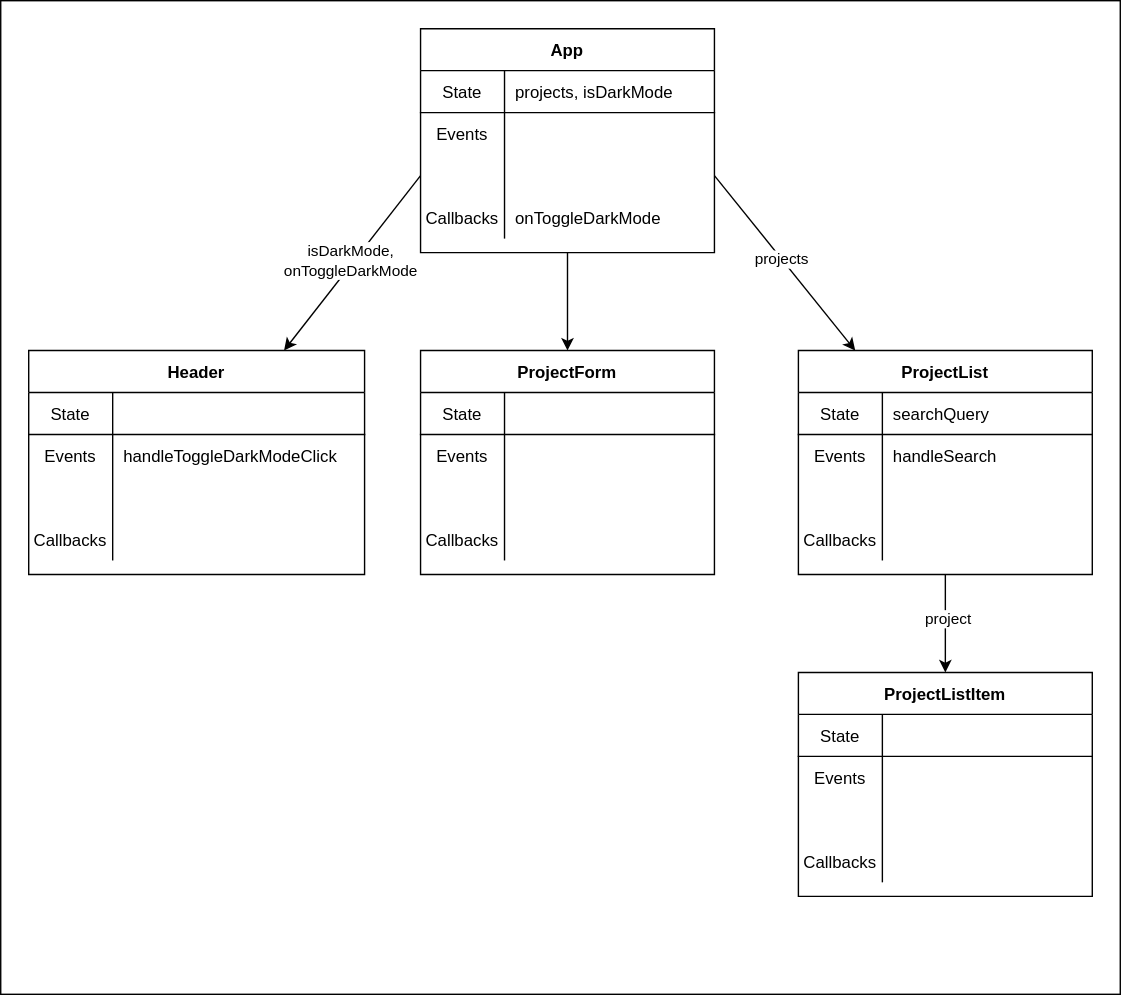
Earlier version of the draw.io export 04_react_forms/assets/component-hierarchy-with-data-flow.drawio.svg (learn-co-students/SENG-LIVE-WEST-061223-Phase-2-React). Source tidied: cells renumbered, new cells last; positions are measured from the earlier drawing's top-left corner, leaving out a move shared by most shapes.
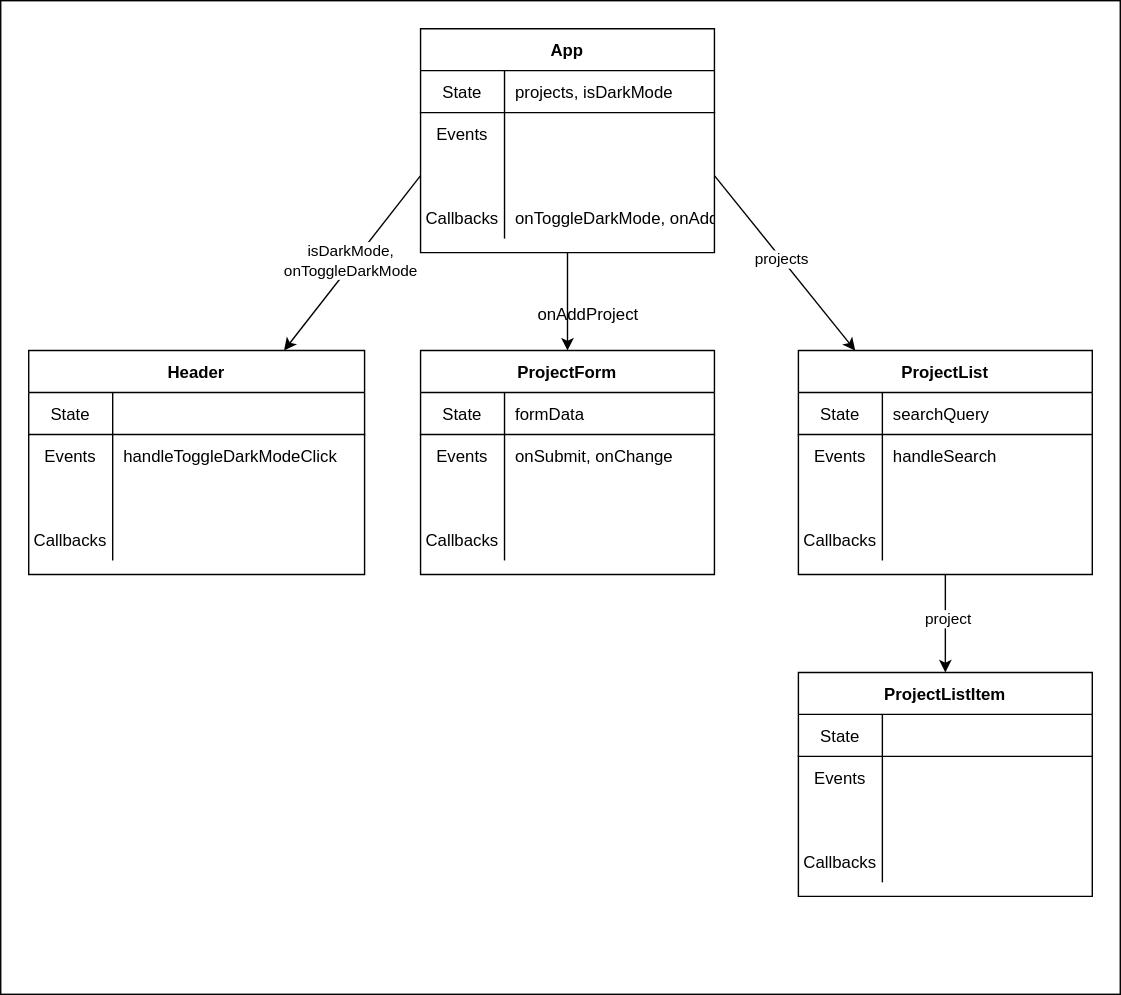
The same diagram one commit later.

The edit, as a diff of the source:
```diff
@@ -56,7 +56,7 @@
     <mxCell id="19" value="Callbacks" style="shape=partialRectangle;fillColor=none;top=0;left=0;bottom=0;right=0;overflow=hidden;" parent="18" vertex="1">
       <mxGeometry width="60" height="30" as="geometry" />
     </mxCell>
-    <mxCell id="20" value="onToggleDarkMode" style="shape=partialRectangle;fillColor=none;top=0;left=0;bottom=0;right=0;align=left;spacingLeft=6;overflow=hidden;" parent="18" vertex="1">
+    <mxCell id="20" value="onToggleDarkMode, onAddProject" style="shape=partialRectangle;fillColor=none;top=0;left=0;bottom=0;right=0;align=left;spacingLeft=6;overflow=hidden;" parent="18" vertex="1">
       <mxGeometry x="60" width="150" height="30" as="geometry" />
     </mxCell>
     <mxCell id="21" value="Header" style="shape=table;startSize=30;rowLines=0;fontStyle=1;align=center;" parent="1" vertex="1">
@@ -107,7 +107,7 @@
     <mxCell id="36" value="State" style="shape=partialRectangle;fillColor=none;top=0;left=0;bottom=0;right=0;fontStyle=0;overflow=hidden;" parent="35" vertex="1">
       <mxGeometry width="60" height="30" as="geometry" />
     </mxCell>
-    <mxCell id="37" style="shape=partialRectangle;fillColor=none;top=0;left=0;bottom=0;right=0;align=left;spacingLeft=6;fontStyle=0;overflow=hidden;" parent="35" vertex="1">
+    <mxCell id="37" value="formData" style="shape=partialRectangle;fillColor=none;top=0;left=0;bottom=0;right=0;align=left;spacingLeft=6;fontStyle=0;overflow=hidden;" parent="35" vertex="1">
       <mxGeometry x="60" width="150" height="30" as="geometry" />
     </mxCell>
     <mxCell id="38" style="shape=partialRectangle;fillColor=none;top=0;left=0;bottom=0;right=0;" parent="34" vertex="1">
@@ -116,7 +116,7 @@
     <mxCell id="39" value="Events" style="shape=partialRectangle;fillColor=none;top=0;left=0;bottom=0;right=0;overflow=hidden;" parent="38" vertex="1">
       <mxGeometry width="60" height="30" as="geometry" />
     </mxCell>
-    <mxCell id="40" style="shape=partialRectangle;fillColor=none;top=0;left=0;bottom=0;right=0;align=left;spacingLeft=6;overflow=hidden;" parent="38" vertex="1">
+    <mxCell id="40" value="onSubmit, onChange" style="shape=partialRectangle;fillColor=none;top=0;left=0;bottom=0;right=0;align=left;spacingLeft=6;overflow=hidden;" parent="38" vertex="1">
       <mxGeometry x="60" width="150" height="30" as="geometry" />
     </mxCell>
     <mxCell id="41" style="shape=partialRectangle;fillColor=none;top=0;left=0;bottom=0;right=0;" parent="34" vertex="1">
@@ -221,5 +221,8 @@
     <mxCell id="74" style="shape=partialRectangle;fillColor=none;top=0;left=0;bottom=0;right=0;align=left;spacingLeft=6;overflow=hidden;" parent="72" vertex="1">
       <mxGeometry x="60" width="150" height="30" as="geometry" />
     </mxCell>
+    <mxCell id="75" value="onAddProject" style="text;html=1;strokeColor=none;fillColor=none;align=center;verticalAlign=middle;whiteSpace=wrap;rounded=0;" parent="1" vertex="1">
+      <mxGeometry x="390" y="210" width="60" height="30" as="geometry" />
+    </mxCell>
   </root>
 </mxGraphModel>
```
